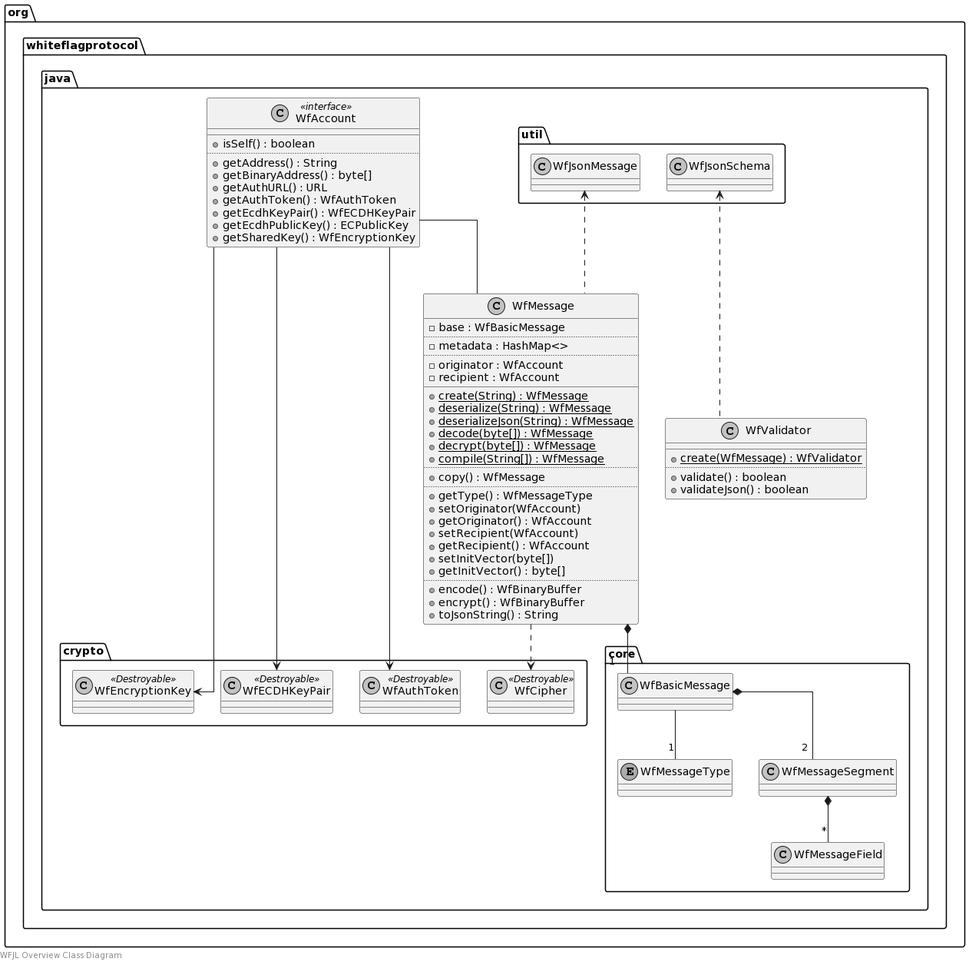
This is docs/uml/overview.png from WhiteflagProtocol/whiteflag-java, a PlantUML export, as it was before one commit.
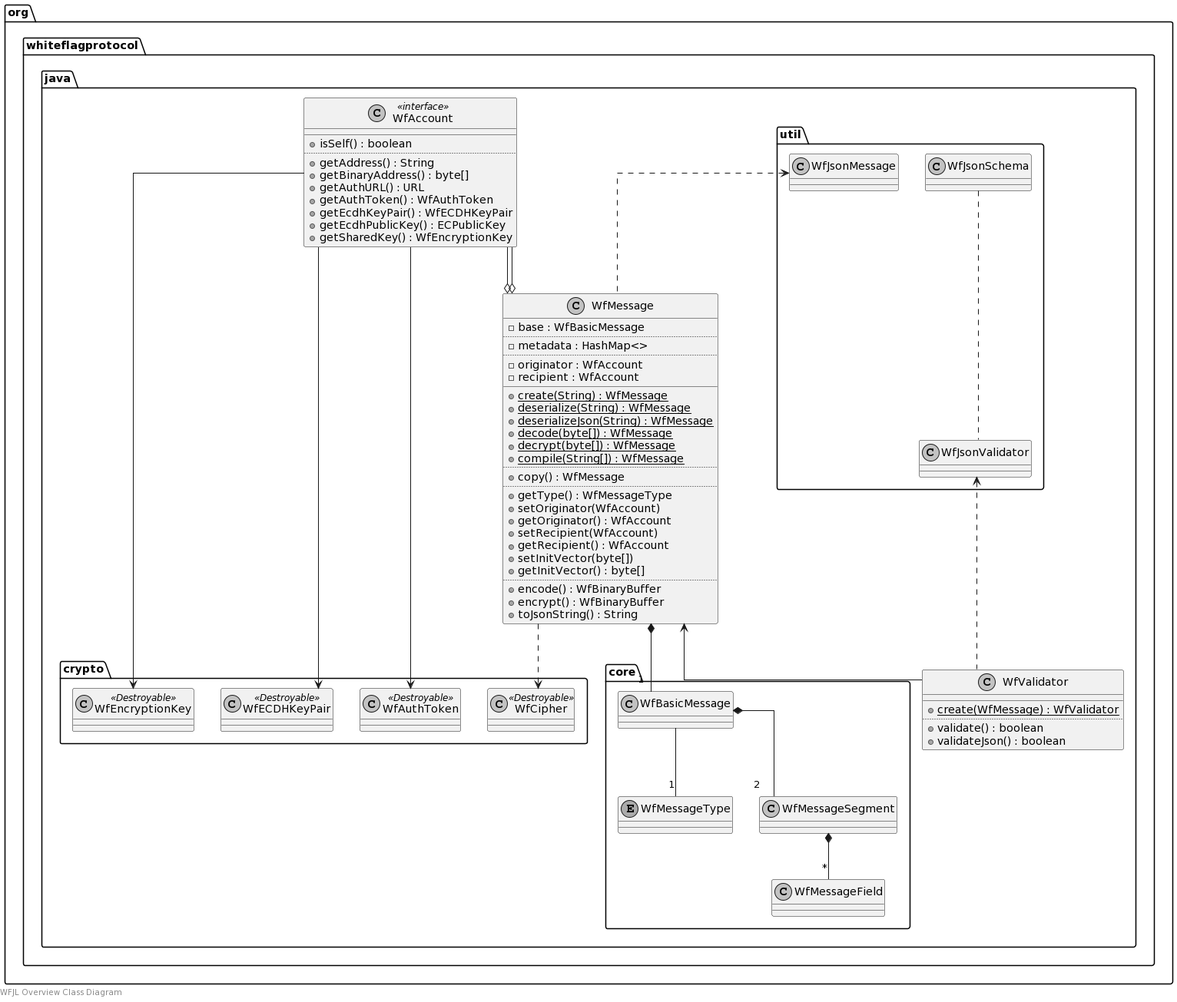
After the change.

Diff of the diagram source:
```diff
@@ -74,6 +74,7 @@
 package org.whiteflagprotocol.java.util {
     class WfJsonMessage {}
     class WfJsonSchema {}
+    class WfJsonValidator {}
 }
 
 WfMessage *-- "1" WfBasicMessage
@@ -81,7 +82,9 @@
 WfBasicMessage *-- "2" WfMessageSegment
 WfMessageSegment *-- "*" WfMessageField
 
-WfAccount -- WfMessage
+WfAccount --o WfMessage
+WfAccount --o WfMessage
+WfMessage <-- WfValidator
 
 WfAccount --> WfAuthToken
 WfAccount --> WfEncryptionKey
@@ -90,5 +93,6 @@
 WfMessage ..> WfCipher
 WfJsonMessage <.. WfMessage
 
-WfJsonSchema <.. WfValidator
+WfJsonSchema .. WfJsonValidator
+WfJsonValidator <.. WfValidator
 @enduml
```
